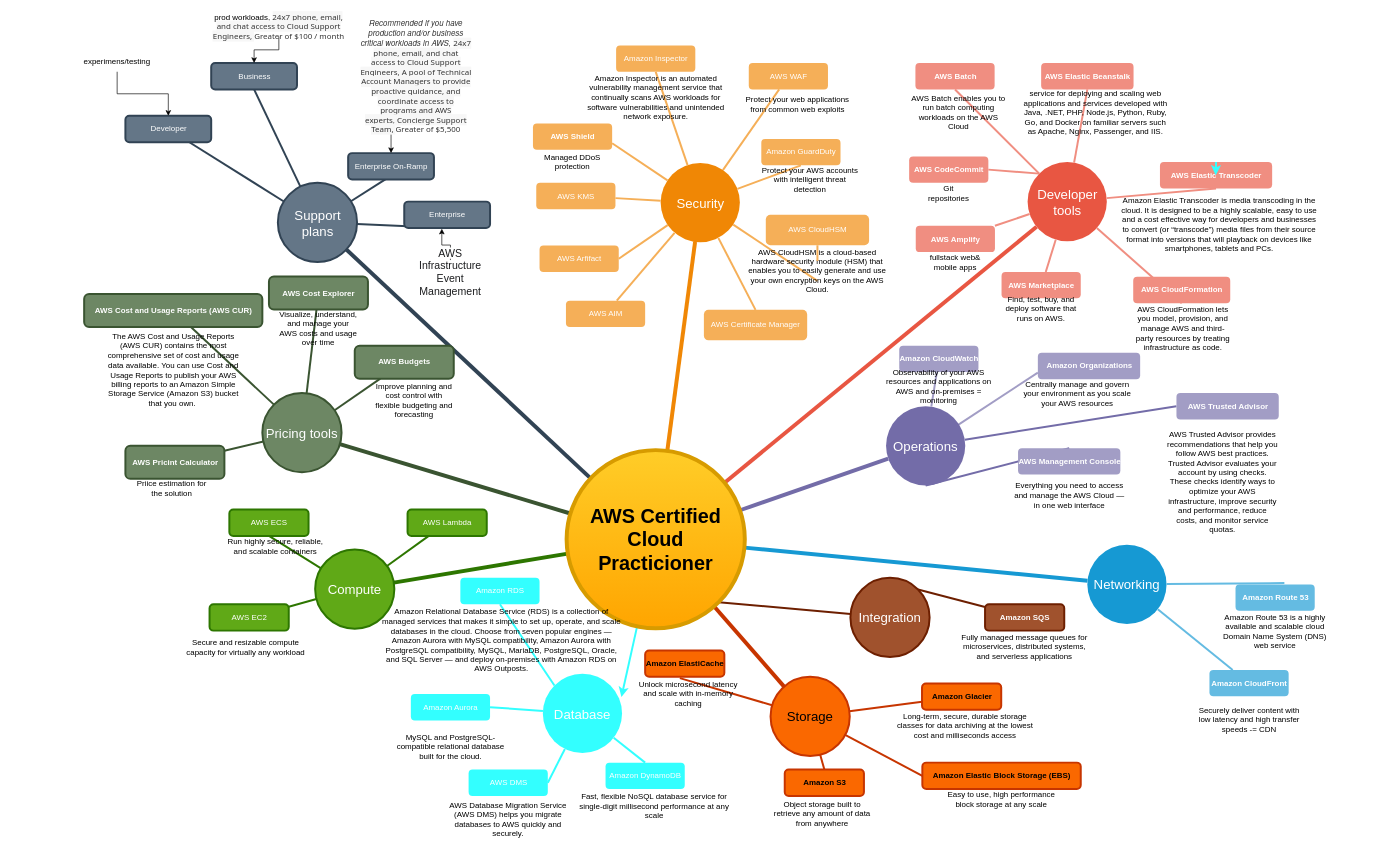
This is mindmap.drawio from stefanbertos/aws-certified-cloud-practicioner, a draw.io file, before an edit. Source tidied: cells renumbered, new cells numbered last; positions are measured from the earlier drawing's top-left corner, leaving out a move shared by most shapes. Both pictures are drawn from the tidied source at 66%, with x=0, y=0 at pixel (11, 16).
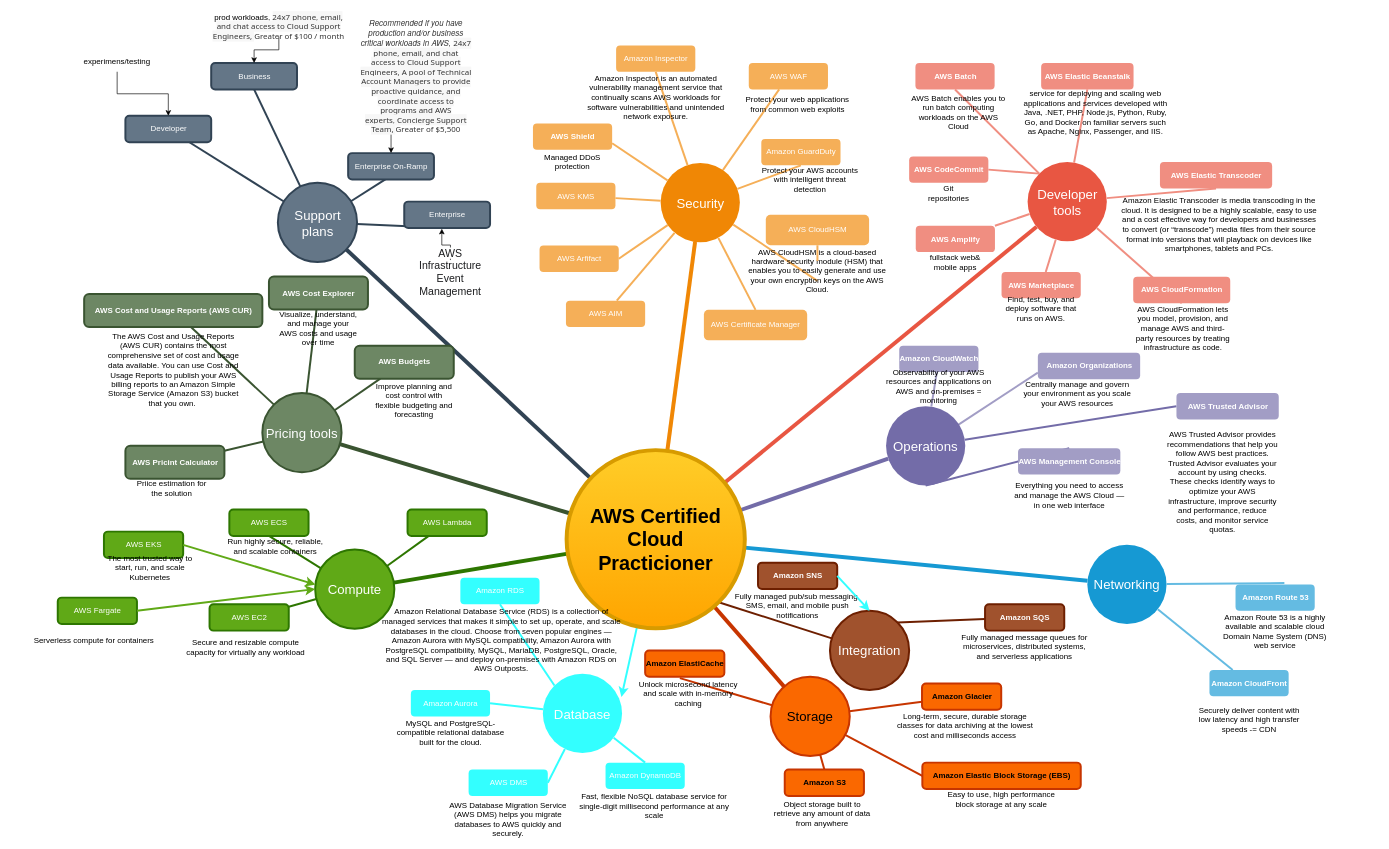
The same page after the edit.

The change refers to these unchanged cells:
```xml
<mxCell id="54" value="Compute" style="ellipse;whiteSpace=wrap;html=1;shadow=0;fontFamily=Helvetica;fontSize=20;fontColor=#ffffff;align=center;strokeWidth=3;fillColor=#60a917;strokeColor=#2D7600;" parent="1" vertex="1">
  <mxGeometry x="460" y="807" width="120" height="120" as="geometry" />
</mxCell>
<mxCell id="104" style="group;" parent="1" vertex="1">
  <mxGeometry x="530" y="960" width="395" height="161" as="geometry" />
</mxCell>
<mxCell id="105" value="Database" style="ellipse;whiteSpace=wrap;html=1;shadow=0;fontFamily=Helvetica;fontSize=20;fontColor=#FFFFFF;align=center;strokeWidth=3;fillColor=#33FFFF;strokeColor=none;" parent="104" vertex="1">
  <mxGeometry x="275" y="35.5" width="120" height="120" as="geometry" />
</mxCell>
<mxCell id="121" style="group;" parent="120" vertex="1">
  <mxGeometry x="60" width="330" height="70" as="geometry" />
</mxCell>
<mxCell id="122" value="AWS Elastic Transcoder" style="rounded=1;fillColor=#f08e81;strokeColor=none;strokeWidth=3;shadow=0;html=1;fontColor=#FFFFFF;fontStyle=1;" parent="121" vertex="1">
  <mxGeometry width="170" height="40" as="geometry" />
</mxCell>
```

What changed in the source:
```diff
@@
-    <mxCell id="106" style="group;" parent="104" vertex="1">
-      <mxGeometry x="52.5" y="80.5" width="165" height="80.5" as="geometry" />
-    </mxCell>
+    <mxCell id="110" style="edgeStyle=none;rounded=0;jettySize=auto;html=1;entryX=1;entryY=0.5;entryDx=0;entryDy=0;startArrow=none;startFill=0;endArrow=none;endFill=0;strokeColor=#33FFFF;strokeWidth=3;" parent="104" edge="1" source="105" target="108">
+      <mxGeometry relative="1" as="geometry" />
+    </mxCell>
-    <mxCell id="107" style="group;" parent="106" vertex="1">
-      <mxGeometry y="-14.5" width="165" height="95" as="geometry" />
+    <mxCell id="107" style="group;" parent="104" vertex="1">
+      <mxGeometry x="52.5" y="60" width="165" height="95" as="geometry" />
     </mxCell>
+    <mxCell id="195" style="group;" parent="107" vertex="1">
+      <mxGeometry width="165" height="80" as="geometry" />
+    </mxCell>
-    <mxCell id="108" value="Amazon Aurora" style="rounded=1;fillColor=#33FFFF;strokeColor=none;strokeWidth=3;shadow=0;html=1;fontColor=#FFFFFF;" parent="107" vertex="1">
+    <mxCell id="108" value="Amazon Aurora" style="rounded=1;fillColor=#33FFFF;strokeColor=none;strokeWidth=3;shadow=0;html=1;fontColor=#FFFFFF;" parent="195" vertex="1">
       <mxGeometry x="22.5" width="120" height="40" as="geometry" />
     </mxCell>
-    <mxCell id="109" value="MySQL and PostgreSQL-compatible relational database built for the cloud." style="text;html=1;strokeColor=none;fillColor=none;align=center;verticalAlign=middle;whiteSpace=wrap;rounded=0;" parent="107" vertex="1">
-      <mxGeometry y="65" width="165" height="30" as="geometry" />
+    <mxCell id="109" value="MySQL and PostgreSQL-compatible relational database built for the cloud." style="text;html=1;strokeColor=none;fillColor=none;align=center;verticalAlign=middle;whiteSpace=wrap;rounded=0;" parent="195" vertex="1">
+      <mxGeometry y="50" width="165" height="30" as="geometry" />
     </mxCell>
-    <mxCell id="110" style="edgeStyle=none;rounded=0;jettySize=auto;html=1;entryX=1;entryY=0.5;entryDx=0;entryDy=0;startArrow=none;startFill=0;endArrow=none;endFill=0;strokeColor=#33FFFF;strokeWidth=3;" parent="104" edge="1" source="105" target="108">
-      <mxGeometry relative="1" as="geometry" />
-    </mxCell>
@@
-    <mxCell id="123" style="edgeStyle=none;rounded=0;orthogonalLoop=1;jettySize=auto;html=1;exitX=0.5;exitY=0;exitDx=0;exitDy=0;entryX=0.497;entryY=0.5;entryDx=0;entryDy=0;entryPerimeter=0;strokeColor=#33FFFF;strokeWidth=3;" parent="121" edge="1" source="122" target="122">
-      <mxGeometry relative="1" as="geometry" />
-    </mxCell>
@@
     <mxCell id="130" value="Integration" style="ellipse;whiteSpace=wrap;html=1;shadow=0;fontFamily=Helvetica;fontSize=20;align=center;strokeWidth=3;fillColor=#a0522d;strokeColor=#6D1F00;fontColor=#ffffff;" parent="1" vertex="1">
-      <mxGeometry x="1271" y="850" width="120" height="120" as="geometry" />
+      <mxGeometry x="1240" y="900" width="120" height="120" as="geometry" />
     </mxCell>
@@
+    <mxCell id="196" style="group;" parent="1" vertex="1">
+      <mxGeometry x="1086" y="827" width="210" height="80" as="geometry" />
+    </mxCell>
+    <mxCell id="197" value="Amazon SNS" style="rounded=1;fillColor=#a0522d;strokeColor=#6D1F00;strokeWidth=3;shadow=0;html=1;fontColor=#ffffff;fontStyle=1;" parent="196" vertex="1">
+      <mxGeometry x="45" width="120" height="40" as="geometry" />
+    </mxCell>
+    <mxCell id="198" value="Fully managed pub/sub messaging, SMS, email, and mobile push notifications" style="text;html=1;strokeColor=none;fillColor=none;align=center;verticalAlign=middle;whiteSpace=wrap;rounded=0;" parent="196" vertex="1">
+      <mxGeometry y="50" width="210" height="30" as="geometry" />
+    </mxCell>
+    <mxCell id="199" style="edgeStyle=none;rounded=0;jettySize=auto;html=1;exitX=1;exitY=0.5;exitDx=0;exitDy=0;entryX=0.5;entryY=0;entryDx=0;entryDy=0;strokeColor=#33FFFF;strokeWidth=3;" parent="1" edge="1" source="197" target="130">
+      <mxGeometry relative="1" as="geometry" />
+    </mxCell>
+    <mxCell id="200" style="group;" parent="1" vertex="1">
+      <mxGeometry x="130" y="780" width="160" height="70" as="geometry" />
+    </mxCell>
+    <mxCell id="201" value="AWS EKS" style="rounded=1;fillColor=#60A917;strokeColor=#2D7600;strokeWidth=3;shadow=0;html=1;fontColor=#ffffff;" parent="200" vertex="1">
+      <mxGeometry x="10" width="120" height="40" as="geometry" />
+    </mxCell>
+    <mxCell id="202" value="The most trusted way to start, run, and scale Kubernetes" style="text;html=1;strokeColor=none;fillColor=none;align=center;verticalAlign=middle;whiteSpace=wrap;rounded=0;" parent="200" vertex="1">
+      <mxGeometry y="40" width="160" height="30" as="geometry" />
+    </mxCell>
+    <mxCell id="203" style="edgeStyle=none;rounded=0;jettySize=auto;html=1;exitX=1;exitY=0.5;exitDx=0;exitDy=0;entryX=0.003;entryY=0.443;entryDx=0;entryDy=0;entryPerimeter=0;strokeColor=#60A917;strokeWidth=3;" parent="1" edge="1" source="201" target="54">
+      <mxGeometry relative="1" as="geometry" />
+    </mxCell>
+    <mxCell id="204" style="group;" parent="1" vertex="1">
+      <mxGeometry x="60" y="880" width="170" height="80" as="geometry" />
+    </mxCell>
+    <mxCell id="205" style="group;" parent="204" vertex="1">
+      <mxGeometry x="-40" width="210" height="80" as="geometry" />
+    </mxCell>
+    <mxCell id="206" value="AWS Fargate" style="rounded=1;fillColor=#60a917;strokeColor=#2D7600;strokeWidth=3;shadow=0;html=1;fontColor=#ffffff;" parent="205" vertex="1">
+      <mxGeometry x="50" width="120" height="40" as="geometry" />
+    </mxCell>
+    <mxCell id="207" value="Serverless compute for containers" style="text;html=1;strokeColor=none;fillColor=none;align=center;verticalAlign=middle;whiteSpace=wrap;rounded=0;" parent="205" vertex="1">
+      <mxGeometry y="50" width="210" height="30" as="geometry" />
+    </mxCell>
+    <mxCell id="208" style="edgeStyle=none;rounded=0;jettySize=auto;html=1;exitX=1;exitY=0.5;exitDx=0;exitDy=0;entryX=0;entryY=0.5;entryDx=0;entryDy=0;strokeColor=#60A917;strokeWidth=3;" parent="1" edge="1" source="206" target="54">
+      <mxGeometry relative="1" as="geometry" />
+    </mxCell>
```
